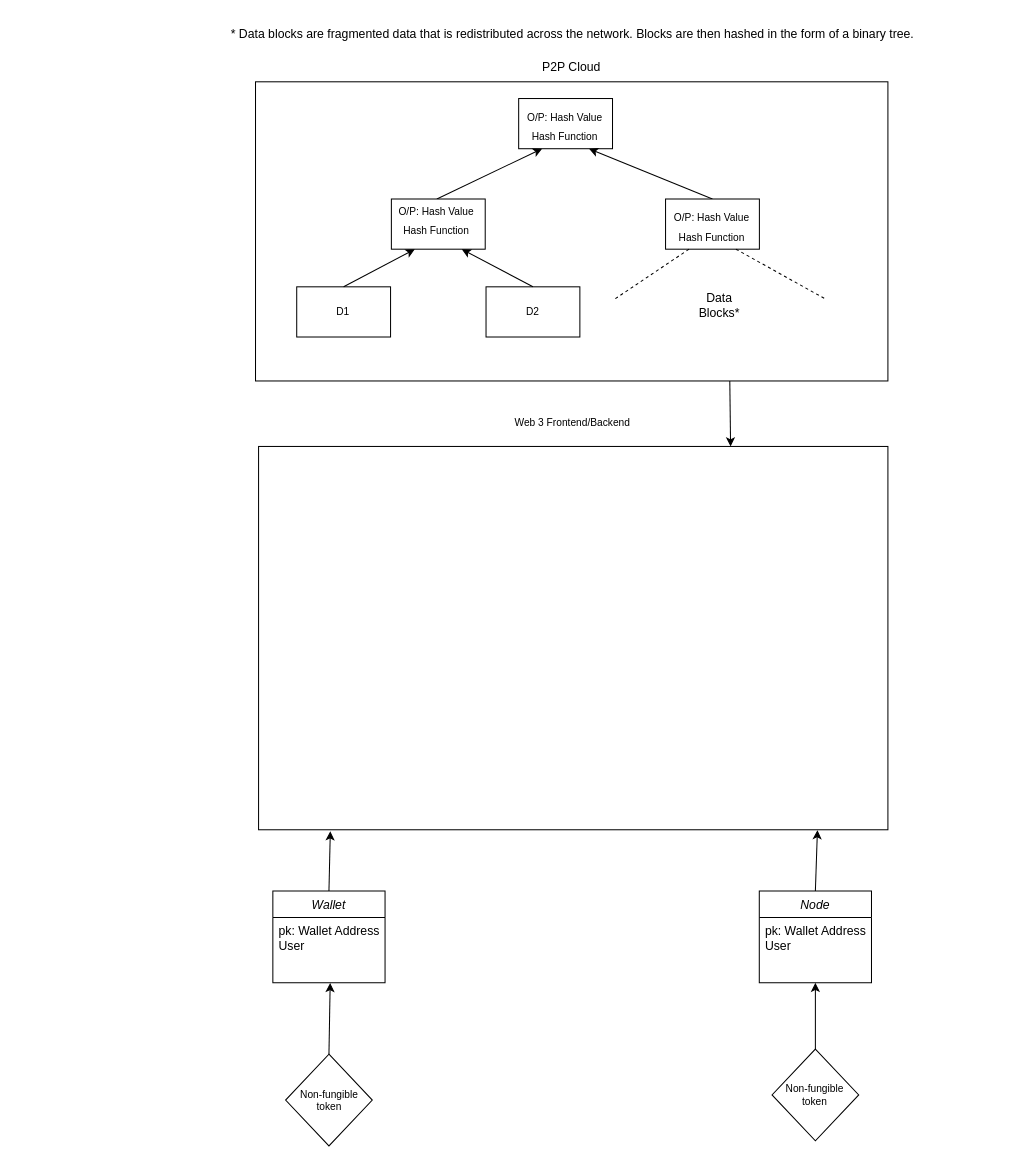
Before: diagram.drawio in JonnyDuong/MATIC, a draw.io diagram. Source tidied: cells renumbered, new cells numbered last; positions are measured from the earlier drawing's top-left corner, leaving out a move shared by most shapes. Both pictures are drawn from the tidied source at 102%, with x=0, y=0 at pixel (154, 23).
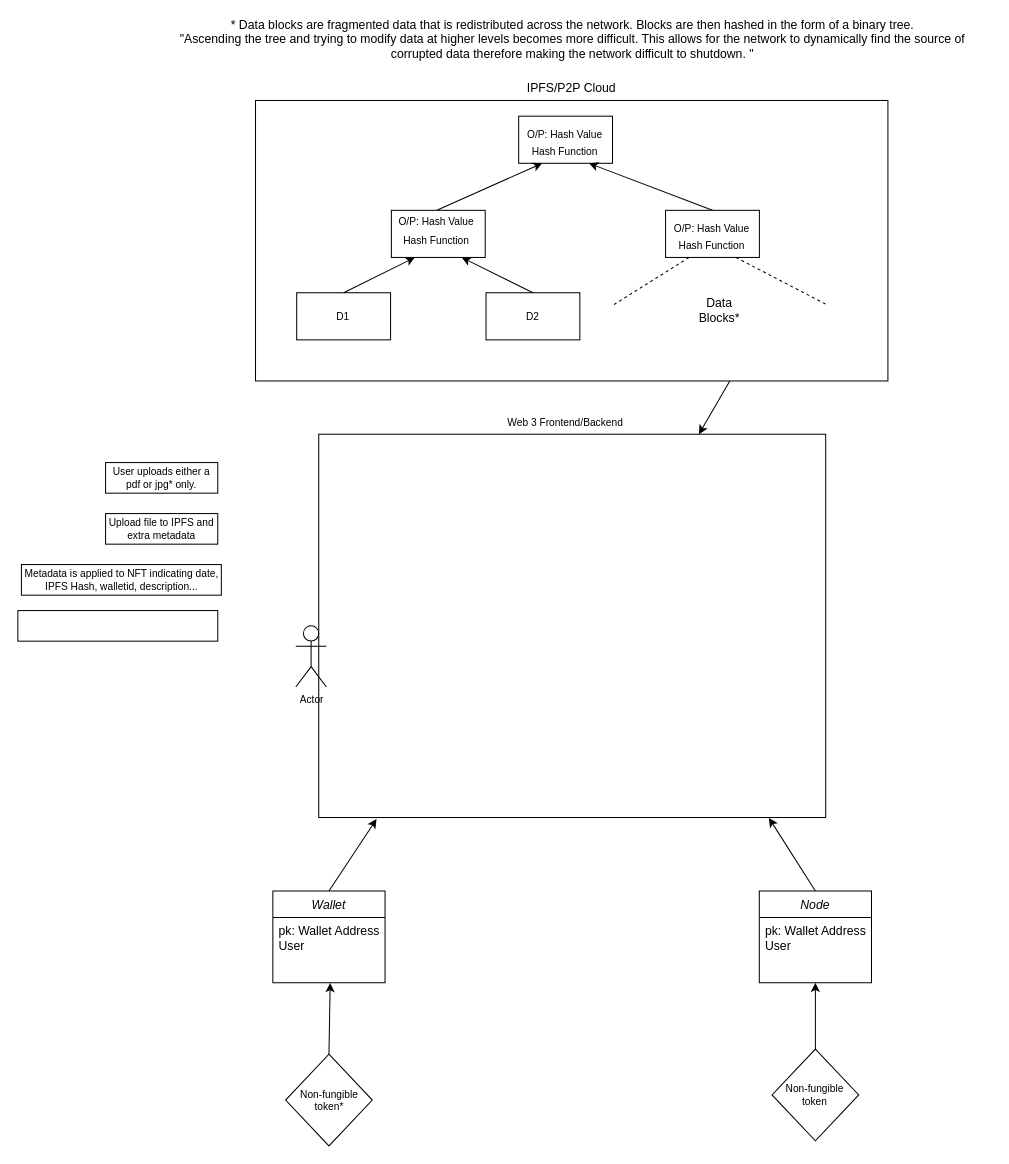
After the change.

The change refers to these unchanged cells:
```xml
<mxCell id="29" style="group;" parent="28" vertex="1">
  <mxGeometry y="30" width="617" height="410" as="geometry" />
</mxCell>
```

Change to the diagram source:
```diff
@@
     <mxCell id="2" style="group;" parent="1" vertex="1">
-      <mxGeometry x="99" y="30" width="620" height="320" as="geometry" />
+      <mxGeometry x="99" y="50" width="620" height="300" as="geometry" />
     </mxCell>
     <mxCell id="3" style="rounded=0;whiteSpace=wrap;html=1;" parent="2" vertex="1">
-      <mxGeometry y="26.7" width="620" height="293.3" as="geometry" />
+      <mxGeometry y="25" width="620" height="275" as="geometry" />
     </mxCell>
-    <mxCell id="4" value="P2P Cloud" style="text;html=1;strokeColor=none;fillColor=none;align=center;verticalAlign=middle;whiteSpace=wrap;rounded=0;" parent="2" vertex="1">
-      <mxGeometry x="250" width="120" height="26.7" as="geometry" />
+    <mxCell id="4" value="IPFS/P2P Cloud" style="text;html=1;strokeColor=none;fillColor=none;align=center;verticalAlign=middle;whiteSpace=wrap;rounded=0;" parent="2" vertex="1">
+      <mxGeometry x="250" width="120" height="25" as="geometry" />
     </mxCell>
     <mxCell id="5" style="group;" parent="2" vertex="1">
-      <mxGeometry x="40.4" y="43.1" width="519.2" height="233.8" as="geometry" />
+      <mxGeometry x="40.4" y="40.4" width="519.2" height="219.2" as="geometry" />
     </mxCell>
     <mxCell id="6" value="Data Blocks*" style="text;html=1;strokeColor=none;fillColor=none;align=center;verticalAlign=middle;whiteSpace=wrap;rounded=0;" parent="5" vertex="1">
-      <mxGeometry x="384" y="184.6" width="62.4" height="36.9" as="geometry" />
+      <mxGeometry x="384" y="173.1" width="62.4" height="34.6" as="geometry" />
     </mxCell>
     <mxCell id="7" style="rounded=0;whiteSpace=wrap;html=1;" parent="5" vertex="1">
-      <mxGeometry x="217.6" width="92" height="49.2" as="geometry" />
+      <mxGeometry x="217.6" width="92" height="46.2" as="geometry" />
     </mxCell>
     <mxCell id="8" value="&lt;span style=&quot;color: rgba(0 , 0 , 0 , 0) ; font-family: monospace ; font-size: 0px&quot;&gt;L!&lt;/span&gt;" style="rounded=0;whiteSpace=wrap;html=1;" parent="5" vertex="1">
-      <mxGeometry y="184.6" width="92" height="49.2" as="geometry" />
+      <mxGeometry y="173.1" width="92" height="46.2" as="geometry" />
     </mxCell>
     <mxCell id="9" style="rounded=0;whiteSpace=wrap;html=1;" parent="5" vertex="1">
-      <mxGeometry x="185.6" y="184.6" width="92" height="49.2" as="geometry" />
+      <mxGeometry x="185.6" y="173.1" width="92" height="46.2" as="geometry" />
     </mxCell>
@@
     <mxCell id="12" value="Hash Function" style="text;html=1;strokeColor=none;fillColor=none;align=center;verticalAlign=middle;whiteSpace=wrap;rounded=0;fontSize=10;" parent="5" vertex="1">
-      <mxGeometry x="223.3" y="30.8" width="78.8" height="12.3" as="geometry" />
+      <mxGeometry x="223.3" y="28.8" width="78.8" height="11.5" as="geometry" />
     </mxCell>
     <mxCell id="13" value="O/P: Hash Value" style="text;html=1;strokeColor=none;fillColor=none;align=center;verticalAlign=middle;whiteSpace=wrap;rounded=0;fontSize=10;" parent="5" vertex="1">
-      <mxGeometry x="219" y="6.2" width="89.2" height="24.6" as="geometry" />
+      <mxGeometry x="219" y="5.8" width="89.2" height="23.1" as="geometry" />
     </mxCell>
     <mxCell id="14" style="group;" parent="5" vertex="1">
-      <mxGeometry x="311.2" y="98.5" width="208" height="98.5" as="geometry" />
+      <mxGeometry x="311.2" y="92.3" width="208" height="92.3" as="geometry" />
     </mxCell>
     <mxCell id="15" style="rounded=0;whiteSpace=wrap;html=1;" parent="14" vertex="1">
-      <mxGeometry x="50.4" width="92" height="49.2" as="geometry" />
+      <mxGeometry x="50.4" width="92" height="46.2" as="geometry" />
     </mxCell>
     <mxCell id="16" value="Hash Function" style="text;html=1;strokeColor=none;fillColor=none;align=center;verticalAlign=middle;whiteSpace=wrap;rounded=0;fontSize=10;" parent="14" vertex="1">
-      <mxGeometry x="56.1" y="30.8" width="78.8" height="12.3" as="geometry" />
+      <mxGeometry x="56.1" y="28.8" width="78.8" height="11.5" as="geometry" />
     </mxCell>
     <mxCell id="17" value="O/P: Hash Value" style="text;html=1;strokeColor=none;fillColor=none;align=center;verticalAlign=middle;whiteSpace=wrap;rounded=0;fontSize=10;" parent="14" vertex="1">
-      <mxGeometry x="51.7" y="6.2" width="89.2" height="24.6" as="geometry" />
+      <mxGeometry x="51.7" y="5.8" width="89.2" height="23.1" as="geometry" />
     </mxCell>
     <mxCell id="18" style="endArrow=none;dashed=1;html=1;rounded=0;fontSize=10;exitX=0.75;exitY=1;exitDx=0;exitDy=0;" parent="14" edge="1" source="15">
       <mxGeometry relative="1" as="geometry">
-        <mxPoint x="208" y="98.5" as="targetPoint" />
+        <mxPoint x="208" y="92.3" as="targetPoint" />
       </mxGeometry>
     </mxCell>
     <mxCell id="19" style="endArrow=none;dashed=1;html=1;rounded=0;fontSize=10;exitX=0.25;exitY=1;exitDx=0;exitDy=0;" parent="14" edge="1" source="15">
       <mxGeometry relative="1" as="geometry">
-        <mxPoint y="98.5" as="targetPoint" />
+        <mxPoint y="92.3" as="targetPoint" />
       </mxGeometry>
     </mxCell>
     <mxCell id="20" style="group;" parent="5" vertex="1">
-      <mxGeometry x="92.8" y="98.5" width="92" height="49.2" as="geometry" />
+      <mxGeometry x="92.8" y="92.3" width="92" height="46.2" as="geometry" />
     </mxCell>
     <mxCell id="21" style="rounded=0;whiteSpace=wrap;html=1;" parent="20" vertex="1">
-      <mxGeometry width="92" height="49.2" as="geometry" />
+      <mxGeometry width="92" height="46.2" as="geometry" />
     </mxCell>
     <mxCell id="22" value="Hash Function" style="text;html=1;strokeColor=none;fillColor=none;align=center;verticalAlign=middle;whiteSpace=wrap;rounded=0;fontSize=10;" parent="20" vertex="1">
-      <mxGeometry x="4.4" y="24.6" width="78.8" height="12.3" as="geometry" />
+      <mxGeometry x="4.4" y="23.1" width="78.8" height="11.5" as="geometry" />
     </mxCell>
     <mxCell id="23" value="O/P: Hash Value" style="text;html=1;strokeColor=none;fillColor=none;align=center;verticalAlign=middle;whiteSpace=wrap;rounded=0;fontSize=10;" parent="20" vertex="1">
-      <mxGeometry width="89.2" height="24.6" as="geometry" />
+      <mxGeometry width="89.2" height="23.1" as="geometry" />
     </mxCell>
     <mxCell id="24" value="D1" style="text;html=1;strokeColor=none;fillColor=none;align=center;verticalAlign=middle;whiteSpace=wrap;rounded=0;fontSize=10;" parent="5" vertex="1">
-      <mxGeometry x="14.8" y="190.8" width="62.4" height="36.9" as="geometry" />
+      <mxGeometry x="14.8" y="178.8" width="62.4" height="34.6" as="geometry" />
     </mxCell>
     <mxCell id="25" value="D2" style="text;html=1;strokeColor=none;fillColor=none;align=center;verticalAlign=middle;whiteSpace=wrap;rounded=0;fontSize=10;" parent="5" vertex="1">
-      <mxGeometry x="200.3" y="190.8" width="62.4" height="36.9" as="geometry" />
+      <mxGeometry x="200.3" y="178.8" width="62.4" height="34.6" as="geometry" />
     </mxCell>
@@
     <mxCell id="28" style="group;" parent="1" vertex="1">
-      <mxGeometry x="102" y="350" width="617" height="440" as="geometry" />
+      <mxGeometry x="94.5" y="350" width="617" height="440" as="geometry" />
     </mxCell>
@@
     <mxCell id="30" style="rounded=0;whiteSpace=wrap;html=1;fontSize=10;" parent="29" vertex="1">
-      <mxGeometry y="34.2" width="617" height="375.8" as="geometry" />
+      <mxGeometry x="66.5" y="22.2" width="497" height="375.8" as="geometry" />
     </mxCell>
@@
+    <mxCell id="44" value="Actor" style="shape=umlActor;verticalLabelPosition=bottom;verticalAlign=top;html=1;fontSize=10;" parent="29" vertex="1">
+      <mxGeometry x="44" y="210" width="30" height="60" as="geometry" />
+    </mxCell>
+    <mxCell id="45" value="User uploads either a pdf or jpg* only." style="rounded=0;whiteSpace=wrap;html=1;fontSize=10;" parent="29" vertex="1">
+      <mxGeometry x="-142.5" y="50" width="110" height="30" as="geometry" />
+    </mxCell>
+    <mxCell id="46" value="Upload file to IPFS and extra metadata" style="rounded=0;whiteSpace=wrap;html=1;fontSize=10;" parent="29" vertex="1">
+      <mxGeometry x="-142.5" y="100" width="110" height="30" as="geometry" />
+    </mxCell>
@@
-    <mxCell id="36" value="* Data blocks are fragmented data that is redistributed across the network. Blocks are then hashed in the form of a binary tree." style="text;html=1;strokeColor=none;fillColor=none;align=center;verticalAlign=middle;whiteSpace=wrap;rounded=0;" parent="1" vertex="1">
-      <mxGeometry width="820" height="20" as="geometry" />
+    <mxCell id="36" value="* Data blocks are fragmented data that is redistributed across the network. Blocks are then hashed in the form of a binary tree.&lt;br&gt;&quot;Ascending the tree and trying to modify data at higher levels becomes more difficult. This allows for the network to dynamically find the source of corrupted data therefore making the network difficult to shutdown. &quot;" style="text;html=1;strokeColor=none;fillColor=none;align=center;verticalAlign=middle;whiteSpace=wrap;rounded=0;" parent="1" vertex="1">
+      <mxGeometry width="820" height="30" as="geometry" />
     </mxCell>
@@
-    <mxCell id="38" value="Non-fungible token" style="rhombus;whiteSpace=wrap;html=1;fontSize=10;" parent="1" vertex="1">
+    <mxCell id="38" value="Non-fungible token*" style="rhombus;whiteSpace=wrap;html=1;fontSize=10;" parent="1" vertex="1">
       <mxGeometry x="128.5" y="1010" width="85" height="90" as="geometry" />
     </mxCell>
@@
+    <mxCell id="47" value="Metadata is applied to NFT indicating date, IPFS Hash, walletid, description..." style="rounded=0;whiteSpace=wrap;html=1;fontSize=10;" parent="1" vertex="1">
+      <mxGeometry x="-130.5" y="530" width="196" height="30" as="geometry" />
+    </mxCell>
+    <mxCell id="48" style="rounded=0;whiteSpace=wrap;html=1;fontSize=10;" parent="1" vertex="1">
+      <mxGeometry x="-134" y="575.1" width="196" height="30" as="geometry" />
+    </mxCell>
```
